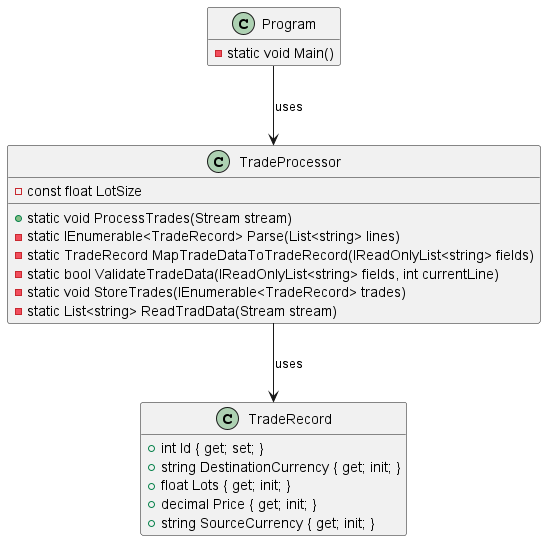
Above: solid-project-1/Before.png in Shane-Wilson-class/solid-project-1 (PlantUML), before the change.
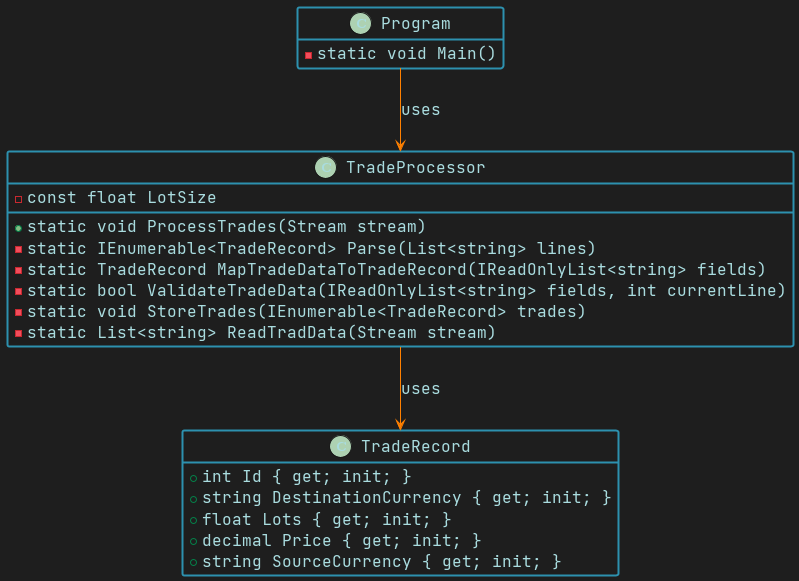
Above is the later version.

Commit message:
Update UML theme and images in documentation

Change to the diagram source:
```diff
@@ -1,20 +1,41 @@
 @startuml
+skinparam backgroundColor  #1E1E1E
+skinparam DefaultFontColor #A9DCDF
+skinparam DefaultFontSize 16
+skinparam DefaultFontName JetBrains Mono
+
+skinparam class {
+  BackgroundColor #1E1E1E
+  BorderColor #2D91AF
+  ArrowColor #FF8000
+  BorderThickness 2
+}
+
+skinparam package {
+  BackgroundColor #0
+  BorderColor #2D91AF
+}
+
+skinparam note {
+  BackgroundColor #565656
+  BorderColor #F78782
+  FontColor #A9DCDF
+}
 hide empty members
-!define RECTANGLE class
 
-RECTANGLE Program {
+class Program {
     - static void Main()
 }
 
-RECTANGLE TradeRecord {
-    + int Id { get; set; }
+class TradeRecord {
+    + int Id { get; init; }
     + string DestinationCurrency { get; init; }
     + float Lots { get; init; }
     + decimal Price { get; init; }
     + string SourceCurrency { get; init; }
 }
 
-RECTANGLE TradeProcessor {
+class TradeProcessor {
     - const float LotSize
     + static void ProcessTrades(Stream stream)
     - static IEnumerable<TradeRecord> Parse(List<string> lines)
```
